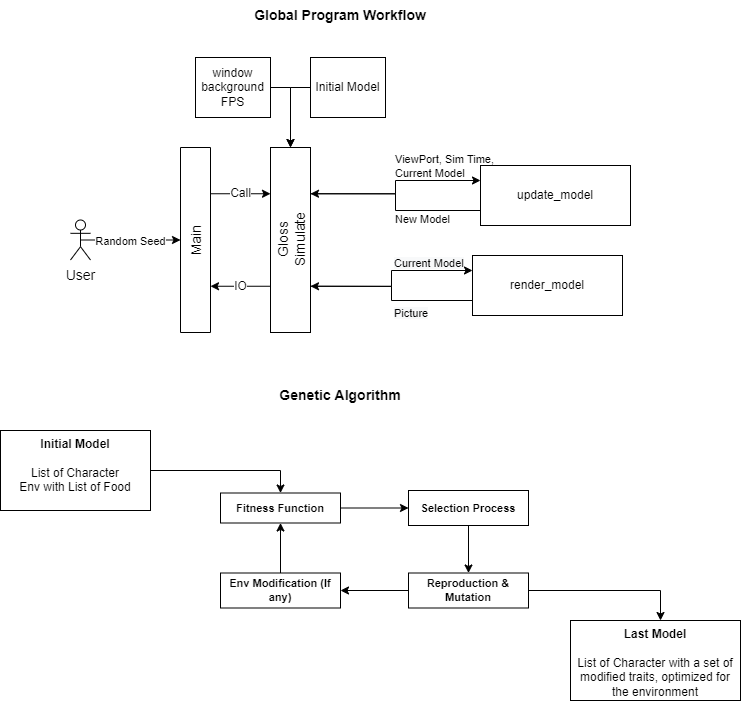
Before: project_diagram.png, a diagram exported from draw.io (LorysHamadache/Genetical-Algo-Sim-Emurgo-CDA). Source tidied: cells renumbered, new cells last; positions are measured from the earlier drawing's top-left corner, leaving out a move shared by most shapes.
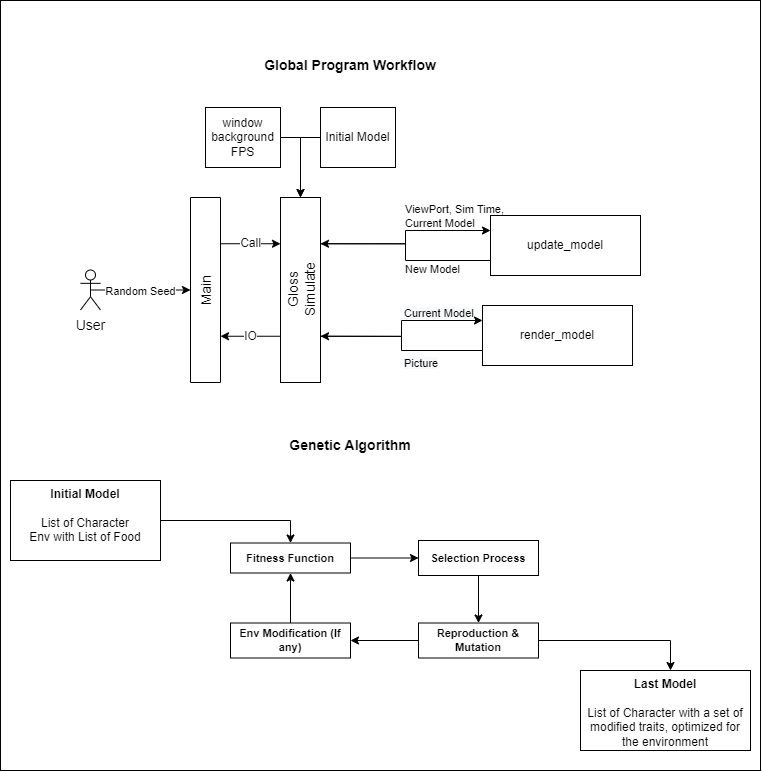
Later version of the same file.

Change to the diagram source:
```diff
@@ -2,6 +2,9 @@
   <root>
     <mxCell id="0" />
     <mxCell id="1" parent="0" />
+    <mxCell id="36" style="rounded=0;whiteSpace=wrap;html=1;" parent="1" vertex="1">
+      <mxGeometry x="-10" y="-50" width="760" height="770" as="geometry" />
+    </mxCell>
     <mxCell id="2" value="&lt;font style=&quot;font-size: 14px;&quot;&gt;&lt;b&gt;Global Program Workflow&lt;/b&gt;&lt;/font&gt;" style="text;html=1;strokeColor=none;fillColor=none;align=center;verticalAlign=middle;whiteSpace=wrap;rounded=0;fontSize=11;" parent="1" vertex="1">
       <mxGeometry x="220" width="240" height="30" as="geometry" />
     </mxCell>
```
